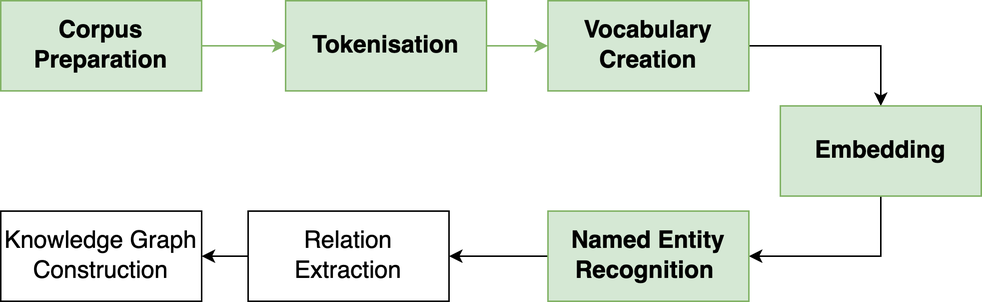
Earlier version of the draw.io export images/steps_2.png (nlp-tlp/Tutorial-WMC). Source tidied: cells renumbered, new cells last; positions are measured from the earlier drawing's top-left corner, leaving out a move shared by most shapes. The source it was exported from:
```xml
<mxGraphModel>
  <root>
    <mxCell id="0" />
    <mxCell id="1" parent="0" />
    <mxCell id="2" style="edgeStyle=orthogonalEdgeStyle;rounded=0;jettySize=auto;html=1;fontSize=16;fontStyle=1;fillColor=#d5e8d4;strokeColor=#82b366;" parent="1" edge="1" source="3" target="5">
      <mxGeometry relative="1" as="geometry" />
    </mxCell>
    <mxCell id="3" value="Corpus Preparation" style="rounded=0;whiteSpace=wrap;html=1;fontSize=16;fontStyle=1;fillColor=#d5e8d4;strokeColor=#82b366;" parent="1" vertex="1">
      <mxGeometry width="134" height="60" as="geometry" />
    </mxCell>
    <mxCell id="4" style="edgeStyle=orthogonalEdgeStyle;rounded=0;jettySize=auto;html=1;fontSize=16;fontStyle=1;fillColor=#d5e8d4;strokeColor=#82b366;" parent="1" edge="1" source="5" target="7">
      <mxGeometry relative="1" as="geometry" />
    </mxCell>
    <mxCell id="5" value="Tokenisation" style="rounded=0;whiteSpace=wrap;html=1;fontSize=16;fontStyle=1;fillColor=#d5e8d4;strokeColor=#82b366;" parent="1" vertex="1">
      <mxGeometry x="190" width="134" height="60" as="geometry" />
    </mxCell>
    <mxCell id="6" style="edgeStyle=orthogonalEdgeStyle;rounded=0;jettySize=auto;html=1;fontSize=16;" parent="1" edge="1" source="7" target="9">
      <mxGeometry relative="1" as="geometry" />
    </mxCell>
    <mxCell id="7" value="Vocabulary Creation" style="rounded=0;whiteSpace=wrap;html=1;fontSize=16;fontStyle=1;fillColor=#d5e8d4;strokeColor=#82b366;" parent="1" vertex="1">
      <mxGeometry x="365" width="134" height="60" as="geometry" />
    </mxCell>
    <mxCell id="8" style="edgeStyle=orthogonalEdgeStyle;rounded=0;jettySize=auto;html=1;exitX=0.5;exitY=1;exitDx=0;exitDy=0;entryX=1;entryY=0.5;entryDx=0;entryDy=0;fontSize=16;" parent="1" edge="1" source="9" target="11">
      <mxGeometry relative="1" as="geometry" />
    </mxCell>
    <mxCell id="9" value="Embedding" style="rounded=0;whiteSpace=wrap;html=1;fontSize=16;fontStyle=1;fillColor=#d5e8d4;strokeColor=#82b366;" parent="1" vertex="1">
      <mxGeometry x="520" y="70" width="134" height="60" as="geometry" />
    </mxCell>
    <mxCell id="10" style="edgeStyle=orthogonalEdgeStyle;rounded=0;jettySize=auto;html=1;fontSize=16;" parent="1" edge="1" source="11" target="13">
      <mxGeometry relative="1" as="geometry" />
    </mxCell>
    <mxCell id="11" value="Named Entity Recognition&amp;nbsp;" style="rounded=0;whiteSpace=wrap;html=1;fontSize=16;fontStyle=1;fillColor=#d5e8d4;strokeColor=#82b366;" parent="1" vertex="1">
      <mxGeometry x="365" y="140" width="134" height="60" as="geometry" />
    </mxCell>
    <mxCell id="12" style="edgeStyle=orthogonalEdgeStyle;rounded=0;jettySize=auto;html=1;fontSize=16;" parent="1" edge="1" source="13" target="14">
      <mxGeometry relative="1" as="geometry" />
    </mxCell>
    <mxCell id="13" value="Relation Extraction" style="rounded=0;whiteSpace=wrap;html=1;fontSize=16;fontStyle=0;" parent="1" vertex="1">
      <mxGeometry x="165" y="140" width="134" height="60" as="geometry" />
    </mxCell>
    <mxCell id="14" value="Knowledge Graph Construction" style="rounded=0;whiteSpace=wrap;html=1;fontSize=16;" parent="1" vertex="1">
      <mxGeometry y="140" width="134" height="60" as="geometry" />
    </mxCell>
  </root>
</mxGraphModel>
```
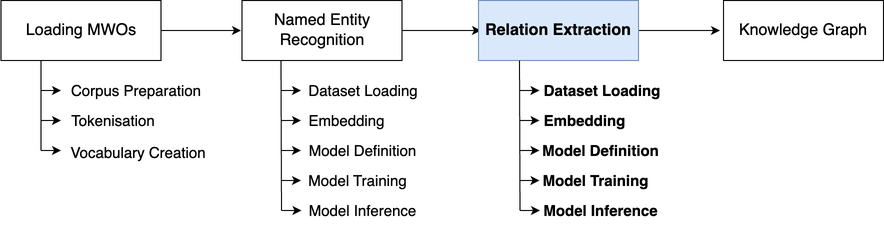
The same file after the commit.

What changed in the source:
```diff
@@ -2,44 +2,167 @@
   <root>
     <mxCell id="0" />
     <mxCell id="1" parent="0" />
-    <mxCell id="2" style="edgeStyle=orthogonalEdgeStyle;rounded=0;jettySize=auto;html=1;fontSize=16;fontStyle=1;fillColor=#d5e8d4;strokeColor=#82b366;" parent="1" edge="1" source="3" target="5">
-      <mxGeometry relative="1" as="geometry" />
-    </mxCell>
+    <mxCell id="15" style="edgeStyle=orthogonalEdgeStyle;rounded=0;jettySize=auto;html=1;" parent="1" edge="1" source="16">
+      <mxGeometry relative="1" as="geometry">
+        <mxPoint x="137.5" y="-190" as="targetPoint" />
+      </mxGeometry>
+    </mxCell>
+    <mxCell id="16" value="Loading MWOs" style="rounded=0;whiteSpace=wrap;html=1;fontSize=16;fontStyle=0;" parent="1" vertex="1">
+      <mxGeometry x="-102.5" y="-220" width="160" height="60" as="geometry" />
+    </mxCell>
+    <mxCell id="17" style="endArrow=none;html=1;rounded=0;entryX=0.5;entryY=1;entryDx=0;entryDy=0;fontStyle=0;" parent="1" edge="1">
+      <mxGeometry relative="1" as="geometry">
+        <mxPoint x="-62.5" y="-70" as="sourcePoint" />
+        <mxPoint x="-62.5" y="-160" as="targetPoint" />
+      </mxGeometry>
+    </mxCell>
-    <mxCell id="3" value="Corpus Preparation" style="rounded=0;whiteSpace=wrap;html=1;fontSize=16;fontStyle=1;fillColor=#d5e8d4;strokeColor=#82b366;" parent="1" vertex="1">
-      <mxGeometry width="134" height="60" as="geometry" />
+    <mxCell id="3" value="&lt;font style=&quot;font-size: 15px;&quot;&gt;Corpus Preparation&lt;/font&gt;" style="text;html=1;align=center;verticalAlign=middle;whiteSpace=wrap;rounded=0;fontStyle=0;" parent="1" vertex="1">
+      <mxGeometry x="-42.5" y="-145" width="150" height="30" as="geometry" />
     </mxCell>
-    <mxCell id="4" style="edgeStyle=orthogonalEdgeStyle;rounded=0;jettySize=auto;html=1;fontSize=16;fontStyle=1;fillColor=#d5e8d4;strokeColor=#82b366;" parent="1" edge="1" source="5" target="7">
-      <mxGeometry relative="1" as="geometry" />
-    </mxCell>
-    <mxCell id="5" value="Tokenisation" style="rounded=0;whiteSpace=wrap;html=1;fontSize=16;fontStyle=1;fillColor=#d5e8d4;strokeColor=#82b366;" parent="1" vertex="1">
-      <mxGeometry x="190" width="134" height="60" as="geometry" />
+    <mxCell id="5" value="&lt;font style=&quot;font-size: 15px;&quot;&gt;Tokenisation&lt;/font&gt;" style="text;html=1;align=center;verticalAlign=middle;whiteSpace=wrap;rounded=0;fontStyle=0;" parent="1" vertex="1">
+      <mxGeometry x="-65.5" y="-115" width="150" height="30" as="geometry" />
     </mxCell>
-    <mxCell id="6" style="edgeStyle=orthogonalEdgeStyle;rounded=0;jettySize=auto;html=1;fontSize=16;" parent="1" edge="1" source="7" target="9">
-      <mxGeometry relative="1" as="geometry" />
-    </mxCell>
-    <mxCell id="7" value="Vocabulary Creation" style="rounded=0;whiteSpace=wrap;html=1;fontSize=16;fontStyle=1;fillColor=#d5e8d4;strokeColor=#82b366;" parent="1" vertex="1">
-      <mxGeometry x="365" width="134" height="60" as="geometry" />
+    <mxCell id="7" value="&lt;font style=&quot;font-size: 15px;&quot;&gt;Vocabulary Creation&lt;/font&gt;" style="text;html=1;align=center;verticalAlign=middle;whiteSpace=wrap;rounded=0;fontStyle=0;" parent="1" vertex="1">
+      <mxGeometry x="-40.5" y="-83" width="150" height="30" as="geometry" />
     </mxCell>
-    <mxCell id="8" style="edgeStyle=orthogonalEdgeStyle;rounded=0;jettySize=auto;html=1;exitX=0.5;exitY=1;exitDx=0;exitDy=0;entryX=1;entryY=0.5;entryDx=0;entryDy=0;fontSize=16;" parent="1" edge="1" source="9" target="11">
-      <mxGeometry relative="1" as="geometry" />
-    </mxCell>
-    <mxCell id="9" value="Embedding" style="rounded=0;whiteSpace=wrap;html=1;fontSize=16;fontStyle=1;fillColor=#d5e8d4;strokeColor=#82b366;" parent="1" vertex="1">
-      <mxGeometry x="520" y="70" width="134" height="60" as="geometry" />
-    </mxCell>
-    <mxCell id="10" style="edgeStyle=orthogonalEdgeStyle;rounded=0;jettySize=auto;html=1;fontSize=16;" parent="1" edge="1" source="11" target="13">
-      <mxGeometry relative="1" as="geometry" />
-    </mxCell>
+    <mxCell id="18" style="endArrow=classic;html=1;rounded=0;fontStyle=0;" parent="1" edge="1">
+      <mxGeometry relative="1" as="geometry">
+        <mxPoint x="-62.5" y="-130" as="sourcePoint" />
+        <mxPoint x="-42.5" y="-130" as="targetPoint" />
+      </mxGeometry>
+    </mxCell>
+    <mxCell id="19" style="endArrow=classic;html=1;rounded=0;fontStyle=0;" parent="1" edge="1">
+      <mxGeometry relative="1" as="geometry">
+        <mxPoint x="-62.5" y="-100" as="sourcePoint" />
+        <mxPoint x="-42.5" y="-100" as="targetPoint" />
+      </mxGeometry>
+    </mxCell>
+    <mxCell id="20" style="endArrow=classic;html=1;rounded=0;fontStyle=0;" parent="1" edge="1">
+      <mxGeometry relative="1" as="geometry">
+        <mxPoint x="-62.5" y="-70" as="sourcePoint" />
+        <mxPoint x="-42.5" y="-70" as="targetPoint" />
+      </mxGeometry>
+    </mxCell>
+    <mxCell id="21" style="edgeStyle=orthogonalEdgeStyle;rounded=0;jettySize=auto;html=1;fontStyle=0;" parent="1" edge="1" source="11">
+      <mxGeometry relative="1" as="geometry">
+        <mxPoint x="377.5" y="-190" as="targetPoint" />
+      </mxGeometry>
+    </mxCell>
-    <mxCell id="11" value="Named Entity Recognition&amp;nbsp;" style="rounded=0;whiteSpace=wrap;html=1;fontSize=16;fontStyle=1;fillColor=#d5e8d4;strokeColor=#82b366;" parent="1" vertex="1">
-      <mxGeometry x="365" y="140" width="134" height="60" as="geometry" />
+    <mxCell id="11" value="Named Entity Recognition" style="rounded=0;whiteSpace=wrap;html=1;fontSize=16;fontStyle=0;" parent="1" vertex="1">
+      <mxGeometry x="138.5" y="-220" width="160" height="60" as="geometry" />
     </mxCell>
-    <mxCell id="12" style="edgeStyle=orthogonalEdgeStyle;rounded=0;jettySize=auto;html=1;fontSize=16;" parent="1" edge="1" source="13" target="14">
-      <mxGeometry relative="1" as="geometry" />
-    </mxCell>
+    <mxCell id="22" style="endArrow=none;html=1;rounded=0;entryX=0.5;entryY=1;entryDx=0;entryDy=0;fontStyle=0;" parent="1" edge="1">
+      <mxGeometry relative="1" as="geometry">
+        <mxPoint x="178" y="-10" as="sourcePoint" />
+        <mxPoint x="177.5" y="-160" as="targetPoint" />
+      </mxGeometry>
+    </mxCell>
+    <mxCell id="23" value="&lt;span style=&quot;font-size: 15px;&quot;&gt;Dataset Loading&lt;/span&gt;" style="text;html=1;align=center;verticalAlign=middle;whiteSpace=wrap;rounded=0;fontStyle=0;" parent="1" vertex="1">
+      <mxGeometry x="181" y="-145" width="158" height="30" as="geometry" />
+    </mxCell>
+    <mxCell id="24" value="&lt;font style=&quot;font-size: 15px;&quot;&gt;Model Definition&lt;/font&gt;" style="text;html=1;align=center;verticalAlign=middle;whiteSpace=wrap;rounded=0;fontStyle=0;" parent="1" vertex="1">
+      <mxGeometry x="152.5" y="-85" width="213" height="30" as="geometry" />
+    </mxCell>
+    <mxCell id="25" style="endArrow=classic;html=1;rounded=0;fontStyle=0;" parent="1" edge="1">
+      <mxGeometry relative="1" as="geometry">
+        <mxPoint x="177.5" y="-130" as="sourcePoint" />
+        <mxPoint x="197.5" y="-130" as="targetPoint" />
+      </mxGeometry>
+    </mxCell>
+    <mxCell id="26" style="endArrow=classic;html=1;rounded=0;fontStyle=0;" parent="1" edge="1">
+      <mxGeometry relative="1" as="geometry">
+        <mxPoint x="177.5" y="-100" as="sourcePoint" />
+        <mxPoint x="197.5" y="-100" as="targetPoint" />
+      </mxGeometry>
+    </mxCell>
+    <mxCell id="27" style="endArrow=classic;html=1;rounded=0;fontStyle=0;" parent="1" edge="1">
+      <mxGeometry relative="1" as="geometry">
+        <mxPoint x="177.5" y="-70" as="sourcePoint" />
+        <mxPoint x="197.5" y="-70" as="targetPoint" />
+      </mxGeometry>
+    </mxCell>
+    <mxCell id="28" style="endArrow=classic;html=1;rounded=0;fontStyle=0;" parent="1" edge="1">
+      <mxGeometry relative="1" as="geometry">
+        <mxPoint x="177.5" y="-40" as="sourcePoint" />
+        <mxPoint x="197.5" y="-40" as="targetPoint" />
+      </mxGeometry>
+    </mxCell>
+    <mxCell id="29" value="&lt;font style=&quot;font-size: 15px;&quot;&gt;Model Training&lt;/font&gt;" style="text;html=1;align=center;verticalAlign=middle;whiteSpace=wrap;rounded=0;fontStyle=0;" parent="1" vertex="1">
+      <mxGeometry x="147.5" y="-55" width="213" height="30" as="geometry" />
+    </mxCell>
+    <mxCell id="30" value="&lt;font style=&quot;font-size: 15px;&quot;&gt;Model Inference&lt;/font&gt;" style="text;html=1;align=center;verticalAlign=middle;whiteSpace=wrap;rounded=0;fontStyle=0;" parent="1" vertex="1">
+      <mxGeometry x="152.5" y="-25" width="213" height="30" as="geometry" />
+    </mxCell>
+    <mxCell id="31" style="edgeStyle=orthogonalEdgeStyle;rounded=0;jettySize=auto;html=1;fontStyle=1;" parent="1" edge="1" source="13">
+      <mxGeometry relative="1" as="geometry">
+        <mxPoint x="616.5" y="-190" as="targetPoint" />
+      </mxGeometry>
+    </mxCell>
-    <mxCell id="13" value="Relation Extraction" style="rounded=0;whiteSpace=wrap;html=1;fontSize=16;fontStyle=0;" parent="1" vertex="1">
-      <mxGeometry x="165" y="140" width="134" height="60" as="geometry" />
+    <mxCell id="13" value="Relation Extraction" style="rounded=0;whiteSpace=wrap;html=1;fontSize=16;fontStyle=1;fillColor=#dae8fc;strokeColor=#6c8ebf;" parent="1" vertex="1">
+      <mxGeometry x="375" y="-220" width="160" height="60" as="geometry" />
     </mxCell>
-    <mxCell id="14" value="Knowledge Graph Construction" style="rounded=0;whiteSpace=wrap;html=1;fontSize=16;" parent="1" vertex="1">
-      <mxGeometry y="140" width="134" height="60" as="geometry" />
-    </mxCell>
+    <mxCell id="32" value="Knowledge Graph" style="rounded=0;whiteSpace=wrap;html=1;fontSize=16;fontStyle=0;" parent="1" vertex="1">
+      <mxGeometry x="620" y="-220" width="160" height="60" as="geometry" />
+    </mxCell>
+    <mxCell id="33" style="endArrow=classic;html=1;rounded=0;fontStyle=0;" parent="1" edge="1">
+      <mxGeometry relative="1" as="geometry">
+        <mxPoint x="178" y="-10" as="sourcePoint" />
+        <mxPoint x="198" y="-10" as="targetPoint" />
+      </mxGeometry>
+    </mxCell>
+    <mxCell id="34" value="&lt;font style=&quot;font-size: 15px;&quot;&gt;Embedding&lt;/font&gt;" style="text;html=1;align=center;verticalAlign=middle;whiteSpace=wrap;rounded=0;fontStyle=0;" parent="1" vertex="1">
+      <mxGeometry x="136.5" y="-115" width="213" height="30" as="geometry" />
+    </mxCell>
+    <mxCell id="35" style="endArrow=none;html=1;rounded=0;entryX=0.5;entryY=1;entryDx=0;entryDy=0;fontStyle=1;" parent="1" edge="1">
+      <mxGeometry relative="1" as="geometry">
+        <mxPoint x="416.5" y="-10" as="sourcePoint" />
+        <mxPoint x="416" y="-160" as="targetPoint" />
+      </mxGeometry>
+    </mxCell>
+    <mxCell id="36" value="&lt;span style=&quot;font-size: 15px;&quot;&gt;Dataset Loading&lt;/span&gt;" style="text;html=1;strokeColor=none;fillColor=none;align=center;verticalAlign=middle;whiteSpace=wrap;rounded=0;fontStyle=1;" parent="1" vertex="1">
+      <mxGeometry x="419.5" y="-145" width="158" height="30" as="geometry" />
+    </mxCell>
+    <mxCell id="37" value="&lt;font style=&quot;font-size: 15px;&quot;&gt;Model Definition&lt;/font&gt;" style="text;html=1;strokeColor=none;fillColor=none;align=center;verticalAlign=middle;whiteSpace=wrap;rounded=0;fontStyle=1;" parent="1" vertex="1">
+      <mxGeometry x="391" y="-85" width="213" height="30" as="geometry" />
+    </mxCell>
+    <mxCell id="38" style="endArrow=classic;html=1;rounded=0;fontStyle=1;" parent="1" edge="1">
+      <mxGeometry relative="1" as="geometry">
+        <mxPoint x="416" y="-130" as="sourcePoint" />
+        <mxPoint x="436" y="-130" as="targetPoint" />
+      </mxGeometry>
+    </mxCell>
+    <mxCell id="39" style="endArrow=classic;html=1;rounded=0;fontStyle=1;" parent="1" edge="1">
+      <mxGeometry relative="1" as="geometry">
+        <mxPoint x="416" y="-100" as="sourcePoint" />
+        <mxPoint x="436" y="-100" as="targetPoint" />
+      </mxGeometry>
+    </mxCell>
+    <mxCell id="40" style="endArrow=classic;html=1;rounded=0;fontStyle=1;" parent="1" edge="1">
+      <mxGeometry relative="1" as="geometry">
+        <mxPoint x="416" y="-70" as="sourcePoint" />
+        <mxPoint x="436" y="-70" as="targetPoint" />
+      </mxGeometry>
+    </mxCell>
+    <mxCell id="41" style="endArrow=classic;html=1;rounded=0;fontStyle=1;" parent="1" edge="1">
+      <mxGeometry relative="1" as="geometry">
+        <mxPoint x="416" y="-40" as="sourcePoint" />
+        <mxPoint x="436" y="-40" as="targetPoint" />
+      </mxGeometry>
+    </mxCell>
+    <mxCell id="42" value="&lt;font style=&quot;font-size: 15px;&quot;&gt;Model Training&lt;/font&gt;" style="text;html=1;strokeColor=none;fillColor=none;align=center;verticalAlign=middle;whiteSpace=wrap;rounded=0;fontStyle=1;" parent="1" vertex="1">
+      <mxGeometry x="386" y="-55" width="213" height="30" as="geometry" />
+    </mxCell>
+    <mxCell id="43" value="&lt;font style=&quot;font-size: 15px;&quot;&gt;Model Inference&lt;/font&gt;" style="text;html=1;strokeColor=none;fillColor=none;align=center;verticalAlign=middle;whiteSpace=wrap;rounded=0;fontStyle=1;" parent="1" vertex="1">
+      <mxGeometry x="391" y="-25" width="213" height="30" as="geometry" />
+    </mxCell>
+    <mxCell id="44" style="endArrow=classic;html=1;rounded=0;fontStyle=1;" parent="1" edge="1">
+      <mxGeometry relative="1" as="geometry">
+        <mxPoint x="416.5" y="-10" as="sourcePoint" />
+        <mxPoint x="436.5" y="-10" as="targetPoint" />
+      </mxGeometry>
+    </mxCell>
+    <mxCell id="45" value="&lt;font style=&quot;font-size: 15px;&quot;&gt;Embedding&lt;/font&gt;" style="text;html=1;strokeColor=none;fillColor=none;align=center;verticalAlign=middle;whiteSpace=wrap;rounded=0;fontStyle=1;" parent="1" vertex="1">
+      <mxGeometry x="375" y="-115" width="213" height="30" as="geometry" />
+    </mxCell>
   </root>
 </mxGraphModel>
```
